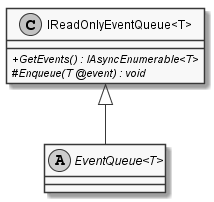
Earlier version of the PlantUML export documents/sd/resources/Classes/Common/Shared/Events/EventQueue.png (insightmind/MORR).
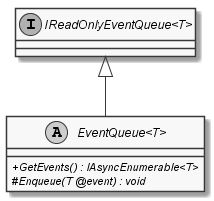
Later version of the same file.

Change to the diagram source:
```diff
@@ -2,10 +2,9 @@
 skinparam monochrome true
 skinparam classAttributeIconSize 0
 
+interface "IReadOnlyEventQueue<T>"
+
 abstract class "EventQueue<T>" {
-
-}
-class "IReadOnlyEventQueue<T>" {
     + {abstract} GetEvents() : IAsyncEnumerable<T>
     # {abstract} Enqueue(T @event) : void
 }
```
